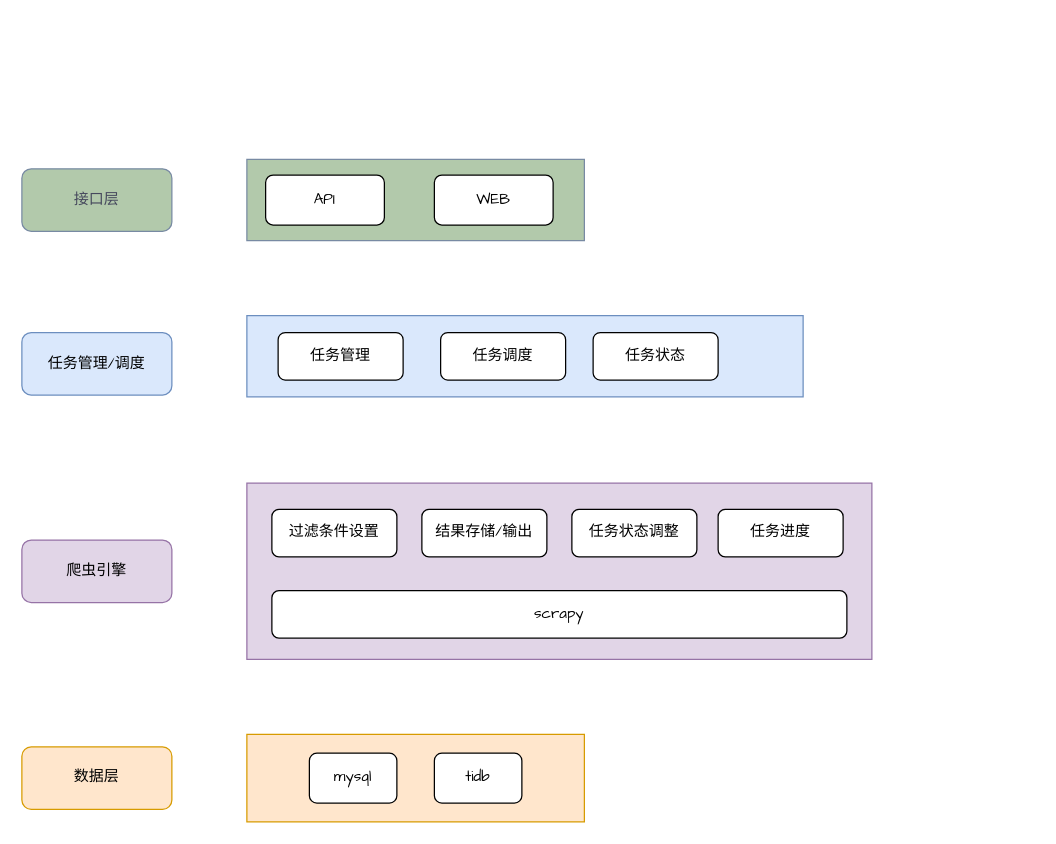
silan-liu/drawio keeps this draw.io diagram as page "crawl-build" (3 of 3) of seo.drawio. Above is the earlier version. Source tidied: cells renumbered, new cells numbered last; positions are measured from the earlier drawing's top-left corner, leaving out a move shared by most shapes. Both pictures are drawn from the tidied source at 125%, with x=0, y=0 at pixel (21, 159).
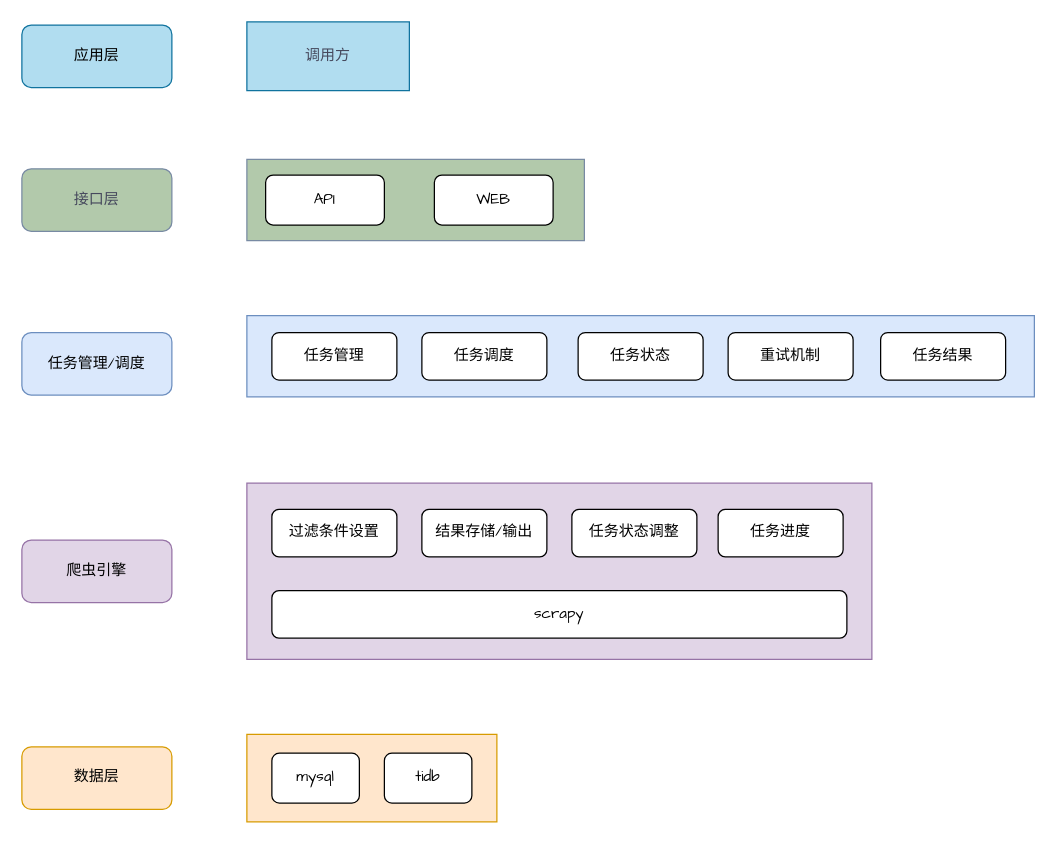
Above is the later version.

Change to the diagram source:
```diff
@@
     <mxCell id="3" style="rounded=0;whiteSpace=wrap;html=1;fillColor=#ffe6cc;strokeColor=#d79b00;fontFamily=Comic Sans MS;fontSize=12;" parent="1" vertex="1">
-      <mxGeometry x="180" y="460" width="270" height="70" as="geometry" />
+      <mxGeometry x="180" y="460" width="200" height="70" as="geometry" />
     </mxCell>
     <mxCell id="4" value="mysql" style="rounded=1;whiteSpace=wrap;html=1;comic=0;fontFamily=Comic Sans MS;fontSize=12;" parent="1" vertex="1">
-      <mxGeometry x="230" y="475" width="70" height="40" as="geometry" />
+      <mxGeometry x="200" y="475" width="70" height="40" as="geometry" />
     </mxCell>
     <mxCell id="5" value="tidb" style="rounded=1;whiteSpace=wrap;html=1;comic=0;fontFamily=Comic Sans MS;fontSize=12;" parent="1" vertex="1">
-      <mxGeometry x="330" y="475" width="70" height="40" as="geometry" />
+      <mxGeometry x="290" y="475" width="70" height="40" as="geometry" />
     </mxCell>
@@
     <mxCell id="13" style="rounded=0;whiteSpace=wrap;html=1;fillColor=#dae8fc;strokeColor=#6c8ebf;fontFamily=Comic Sans MS;fontSize=12;" parent="1" vertex="1">
-      <mxGeometry x="180" y="125" width="445" height="65" as="geometry" />
+      <mxGeometry x="180" y="125" width="630" height="65" as="geometry" />
     </mxCell>
     <mxCell id="14" value="任务管理" style="rounded=1;whiteSpace=wrap;html=1;comic=0;fontFamily=Comic Sans MS;fontSize=12;" parent="1" vertex="1">
-      <mxGeometry x="205" y="138.5" width="100" height="38" as="geometry" />
+      <mxGeometry x="200" y="138.5" width="100" height="38" as="geometry" />
     </mxCell>
@@
     <mxCell id="16" value="任务调度" style="rounded=1;whiteSpace=wrap;html=1;comic=0;fontFamily=Comic Sans MS;fontSize=12;" parent="1" vertex="1">
-      <mxGeometry x="335" y="138.5" width="100" height="38" as="geometry" />
+      <mxGeometry x="320" y="138.5" width="100" height="38" as="geometry" />
     </mxCell>
     <mxCell id="17" value="任务状态" style="rounded=1;whiteSpace=wrap;html=1;comic=0;fontFamily=Comic Sans MS;fontSize=12;" parent="1" vertex="1">
-      <mxGeometry x="457" y="138.5" width="100" height="38" as="geometry" />
+      <mxGeometry x="445" y="138.5" width="100" height="38" as="geometry" />
     </mxCell>
@@
+    <mxCell id="22" value="应用层" style="rounded=1;whiteSpace=wrap;html=1;fillColor=#b1ddf0;strokeColor=#10739e;fontFamily=Comic Sans MS;fontSize=12;" parent="1" vertex="1">
+      <mxGeometry y="-107.5" width="120" height="50" as="geometry" />
+    </mxCell>
+    <mxCell id="23" style="shape=table;startSize=0;childLayout=tableLayout;comic=0;strokeColor=#10739e;fillColor=#b1ddf0;fontFamily=Comic Sans MS;fontSize=12;" parent="1" vertex="1">
+      <mxGeometry x="180" y="-110" width="130" height="55" as="geometry" />
+    </mxCell>
+    <mxCell id="24" style="shape=tableRow;horizontal=0;startSize=0;swimlaneHead=0;swimlaneBody=0;top=0;left=0;bottom=0;right=0;fillColor=none;comic=0;strokeColor=#788AA3;fontColor=#46495D;fontFamily=Comic Sans MS;fontSize=12;" parent="23" vertex="1">
+      <mxGeometry width="130" height="55" as="geometry" />
+    </mxCell>
+    <mxCell id="25" value="调用方" style="shape=partialRectangle;html=1;whiteSpace=wrap;overflow=hidden;fillColor=none;top=0;left=0;bottom=0;right=0;comic=0;strokeColor=#788AA3;fontColor=#46495D;fontFamily=Comic Sans MS;fontSize=12;" parent="24" vertex="1">
+      <mxGeometry width="130" height="55" as="geometry" />
+    </mxCell>
+    <mxCell id="26" value="重试机制" style="rounded=1;whiteSpace=wrap;html=1;comic=0;fontFamily=Comic Sans MS;fontSize=12;" parent="1" vertex="1">
+      <mxGeometry x="565" y="138.5" width="100" height="38" as="geometry" />
+    </mxCell>
+    <mxCell id="27" value="任务结果" style="rounded=1;whiteSpace=wrap;html=1;comic=0;fontFamily=Comic Sans MS;fontSize=12;" parent="1" vertex="1">
+      <mxGeometry x="687" y="138.5" width="100" height="38" as="geometry" />
+    </mxCell>
```
